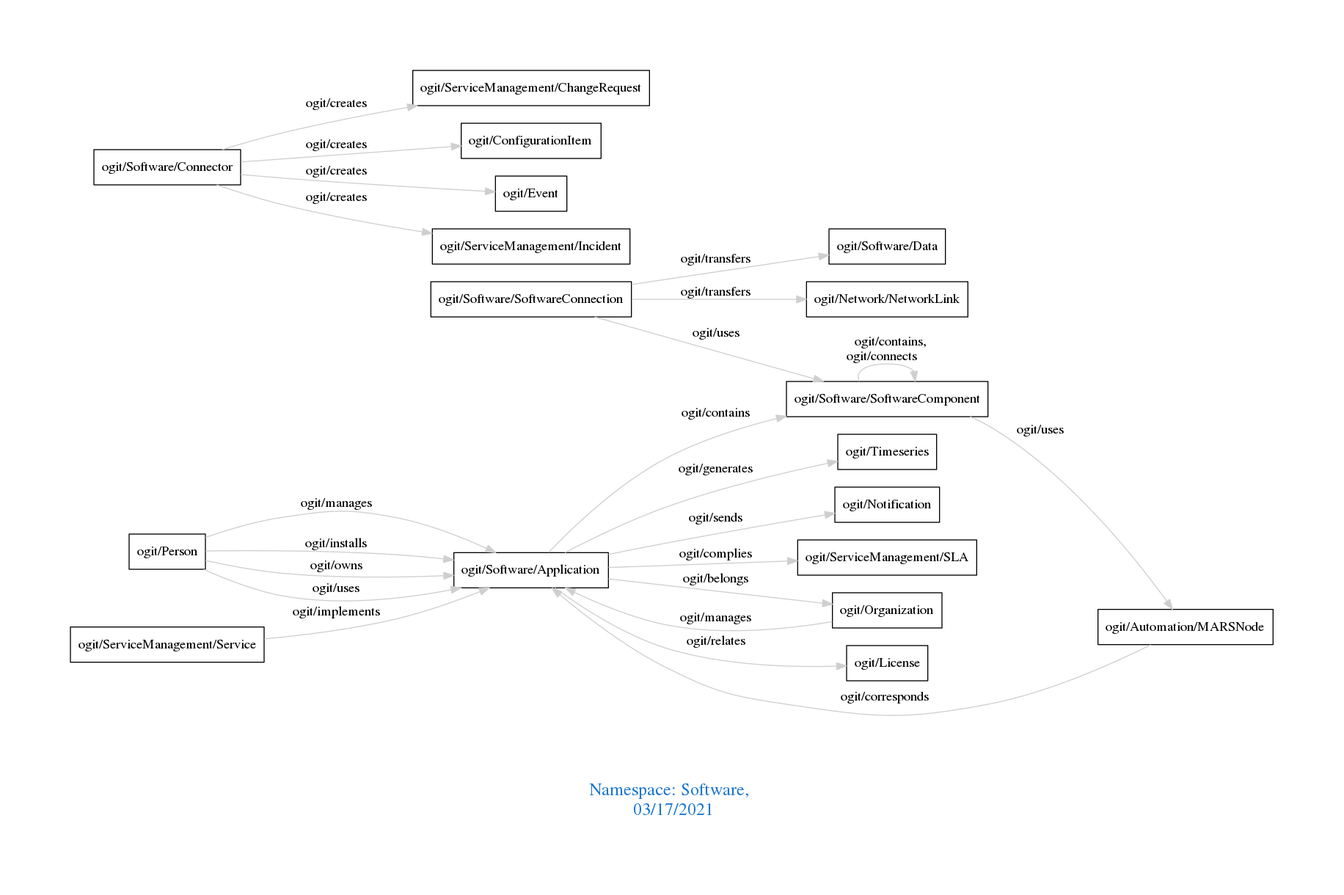
Earlier version of the Graphviz export downloads/Software.png (arago/OGIT). Its source is kept beside it as downloads/Software.dot.
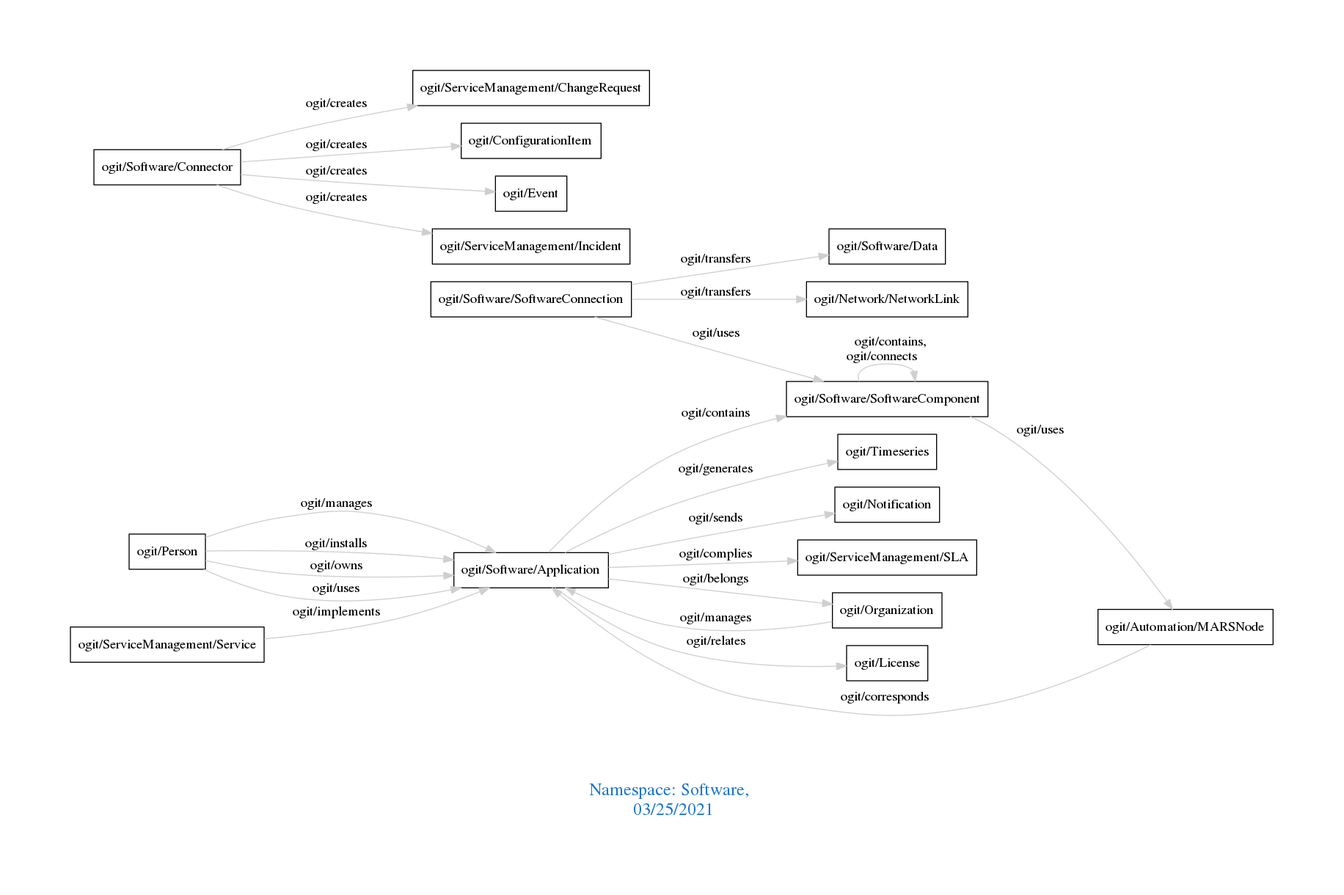
Later version of the same file.

Diff of the diagram source:
```diff
@@ -1,7 +1,7 @@
 digraph OGIT_ontology {
  graph [ rankdir= LR,pad=1
 fontsize = 18,
-fontcolor= dodgerblue3,label = "\n\n\nNamespace: Software, \n 03/17/2021"];
+fontcolor= dodgerblue3,label = "\n\n\nNamespace: Software, \n 03/25/2021"];
 node[shape=polygon];
 edge [  color="gray81"];
 
```
